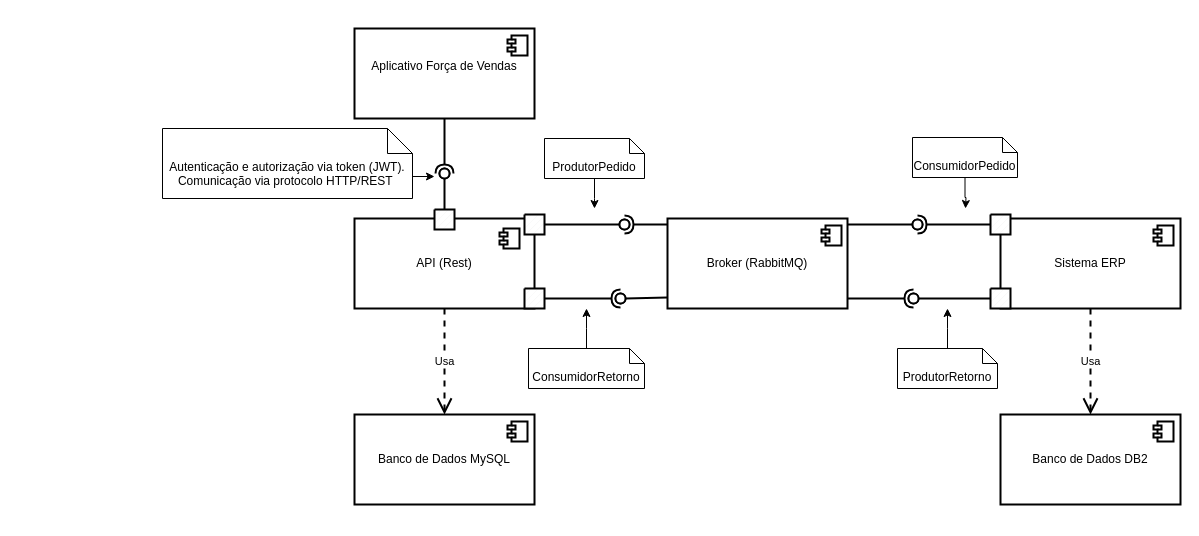
RicarlosJunior/TCC-MBA-Engenharia-Software-USP-Esalq keeps this draw.io diagram as tcc-final/artefatos/diagramas/DiagramaComponente.drawio. Above is the earlier version. Source tidied: cells renumbered, new cells numbered last; positions are measured from the earlier drawing's top-left corner, leaving out a move shared by most shapes. Both pictures are drawn from the tidied source at 100%, with x=0, y=0 at pixel (162, 28).
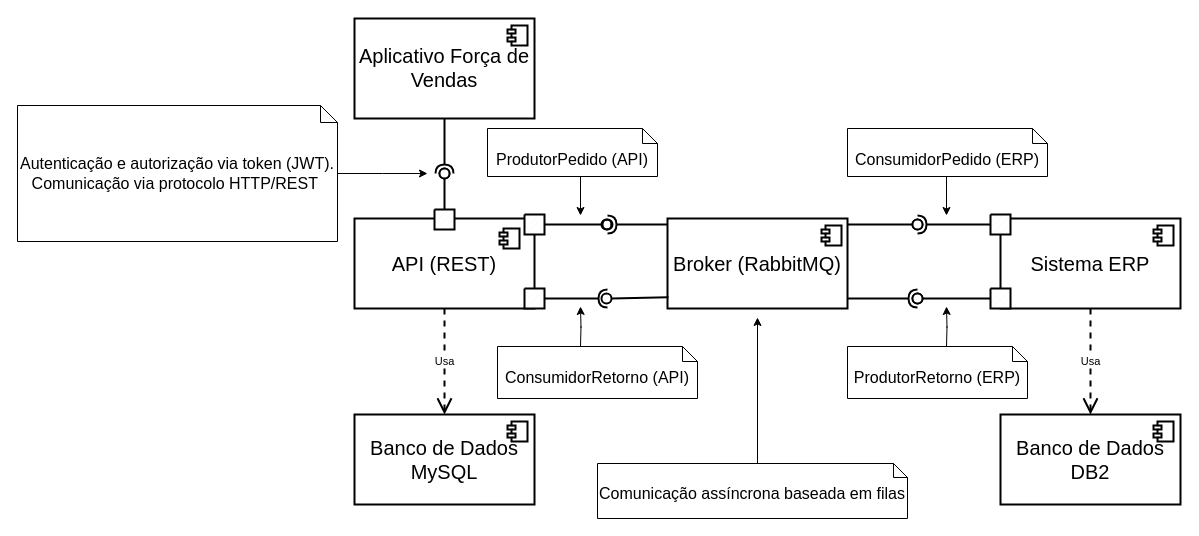
After the change.

The change refers to these unchanged cells:
```xml
<mxCell id="34" style="verticalLabelPosition=bottom;verticalAlign=top;html=1;shape=mxgraph.basic.patternFillRect;fillStyle=diag;step=5;fillStrokeWidth=0.2;fillStrokeColor=#dddddd;strokeWidth=2;fontStyle=0;" parent="1" vertex="1">
  <mxGeometry x="828" y="260" width="20" height="20" as="geometry" />
</mxCell>
<mxCell id="36" style="verticalLabelPosition=bottom;verticalAlign=top;html=1;shape=mxgraph.basic.patternFillRect;fillStyle=diag;step=5;fillStrokeWidth=0.2;fillStrokeColor=#dddddd;strokeWidth=2;fontStyle=0;" parent="1" vertex="1">
  <mxGeometry x="362" y="260" width="20" height="20" as="geometry" />
</mxCell>
<mxCell id="37" style="verticalLabelPosition=bottom;verticalAlign=top;html=1;shape=mxgraph.basic.patternFillRect;fillStyle=diag;step=5;fillStrokeWidth=0.2;fillStrokeColor=#dddddd;strokeWidth=2;fontStyle=0;" parent="1" vertex="1">
  <mxGeometry x="362" y="186" width="20" height="20" as="geometry" />
</mxCell>
```

The edit, as a diff of the source:
```diff
@@
-    <mxCell id="2" value="Aplicativo Força de Vendas&lt;div&gt;&lt;br&gt;&lt;/div&gt;" style="html=1;whiteSpace=wrap;strokeWidth=2;fontStyle=0;" parent="1" vertex="1">
-      <mxGeometry x="192" width="180" height="90" as="geometry" />
+    <mxCell id="2" value="Aplicativo Força de Vendas&lt;div&gt;&lt;br&gt;&lt;/div&gt;" style="html=1;whiteSpace=wrap;strokeWidth=2;fontStyle=0;fontSize=20;verticalAlign=bottom;" parent="1" vertex="1">
+      <mxGeometry x="192" y="-10" width="180" height="100" as="geometry" />
     </mxCell>
@@
-    <mxCell id="4" value="&lt;div&gt;API (Rest)&lt;/div&gt;" style="html=1;whiteSpace=wrap;strokeWidth=2;fontStyle=0;" parent="1" vertex="1">
+    <mxCell id="4" value="&lt;div&gt;API (REST)&lt;/div&gt;" style="html=1;whiteSpace=wrap;strokeWidth=2;fontStyle=0;fontSize=20;" parent="1" vertex="1">
       <mxGeometry x="192" y="190" width="180" height="90" as="geometry" />
     </mxCell>
@@
-    <mxCell id="9" value="&lt;div&gt;Broker (RabbitMQ)&lt;/div&gt;" style="html=1;whiteSpace=wrap;strokeWidth=2;fontStyle=0;" parent="1" vertex="1">
+    <mxCell id="9" value="&lt;div&gt;Broker (RabbitMQ)&lt;/div&gt;" style="html=1;whiteSpace=wrap;strokeWidth=2;fontStyle=0;fontSize=20;" parent="1" vertex="1">
       <mxGeometry x="505" y="190" width="180" height="90" as="geometry" />
     </mxCell>
@@
-    <mxCell id="11" style="rounded=0;jettySize=auto;html=1;endArrow=halfCircle;endFill=0;endSize=6;strokeWidth=2;sketch=0;exitX=0;exitY=0.5;exitDx=0;exitDy=0;fontStyle=0;fontColor=light-dark(#000000,#000000);" parent="1" edge="1" target="13">
+    <mxCell id="11" style="rounded=0;orthogonalLoop=1;jettySize=auto;html=1;endArrow=halfCircle;endFill=0;endSize=6;strokeWidth=2;sketch=0;exitX=0;exitY=0.5;exitDx=0;exitDy=0;fontStyle=0;fontColor=light-dark(#000000,#000000);" parent="1" edge="1">
       <mxGeometry relative="1" as="geometry">
         <mxPoint x="505" y="196" as="sourcePoint" />
+        <mxPoint x="445" y="196" as="targetPoint" />
       </mxGeometry>
     </mxCell>
-    <mxCell id="12" style="rounded=0;jettySize=auto;html=1;endArrow=oval;endFill=0;sketch=0;sourcePerimeterSpacing=0;targetPerimeterSpacing=0;endSize=10;strokeWidth=2;fontStyle=0;fontColor=light-dark(#000000,#000000);" parent="1" edge="1" target="13">
+    <mxCell id="12" style="rounded=0;orthogonalLoop=1;jettySize=auto;html=1;endArrow=oval;endFill=0;sketch=0;sourcePerimeterSpacing=0;targetPerimeterSpacing=0;endSize=10;strokeWidth=2;fontStyle=0;fontColor=light-dark(#000000,#000000);" parent="1" edge="1">
       <mxGeometry relative="1" as="geometry">
-        <mxPoint x="370" y="196" as="sourcePoint" />
+        <mxPoint x="448" y="196" as="sourcePoint" />
+        <mxPoint x="445" y="196" as="targetPoint" />
       </mxGeometry>
     </mxCell>
-    <mxCell id="13" style="ellipse;whiteSpace=wrap;html=1;align=center;perimeter=centerPerimeter;points=[];outlineConnect=1;strokeWidth=2;fontStyle=0;" parent="1" vertex="1">
-      <mxGeometry x="457" y="191" width="10" height="10" as="geometry" />
-    </mxCell>
-    <mxCell id="14" style="rounded=0;jettySize=auto;html=1;endArrow=halfCircle;endFill=0;endSize=6;strokeWidth=2;sketch=0;fontStyle=0;fontColor=light-dark(#000000,#000000);" parent="1" edge="1" source="36" target="16">
-      <mxGeometry relative="1" as="geometry" />
+    <mxCell id="14" style="rounded=0;jettySize=auto;html=1;endArrow=halfCircle;endFill=0;endSize=6;strokeWidth=2;sketch=0;fontStyle=0;fontColor=light-dark(#000000,#000000);" parent="1" edge="1" source="36">
+      <mxGeometry relative="1" as="geometry">
+        <mxPoint x="445" y="270" as="targetPoint" />
+      </mxGeometry>
     </mxCell>
-    <mxCell id="15" style="rounded=0;jettySize=auto;html=1;endArrow=oval;endFill=0;sketch=0;sourcePerimeterSpacing=0;targetPerimeterSpacing=0;endSize=10;strokeWidth=2;fontStyle=0;fontColor=light-dark(#000000,#000000);entryX=1.267;entryY=0.311;entryDx=0;entryDy=0;entryPerimeter=0;" parent="1" edge="1" target="16">
+    <mxCell id="15" style="rounded=0;jettySize=auto;html=1;endArrow=oval;endFill=0;sketch=0;sourcePerimeterSpacing=0;targetPerimeterSpacing=0;endSize=10;strokeWidth=2;fontStyle=0;fontColor=light-dark(#000000,#000000);exitX=0.006;exitY=0.874;exitDx=0;exitDy=0;exitPerimeter=0;" parent="1" edge="1" source="9">
       <mxGeometry relative="1" as="geometry">
-        <mxPoint x="505" y="269" as="sourcePoint" />
+        <mxPoint x="444" y="270" as="targetPoint" />
       </mxGeometry>
     </mxCell>
-    <mxCell id="16" style="ellipse;whiteSpace=wrap;html=1;align=center;perimeter=centerPerimeter;points=[];outlineConnect=1;strokeWidth=2;fontStyle=0;" parent="1" vertex="1">
-      <mxGeometry x="453" y="265" width="10" height="10" as="geometry" />
-    </mxCell>
-    <mxCell id="17" value="&lt;div&gt;Sistema ERP&lt;/div&gt;" style="html=1;whiteSpace=wrap;strokeWidth=2;fontStyle=0;" parent="1" vertex="1">
+    <mxCell id="17" value="&lt;div&gt;Sistema ERP&lt;/div&gt;" style="html=1;whiteSpace=wrap;strokeWidth=2;fontStyle=0;fontSize=20;" parent="1" vertex="1">
       <mxGeometry x="838" y="190" width="180" height="90" as="geometry" />
     </mxCell>
@@
-    <mxCell id="22" style="rounded=0;jettySize=auto;html=1;endArrow=halfCircle;endFill=0;endSize=6;strokeWidth=2;sketch=0;fontStyle=0;fontColor=light-dark(#000000,#000000);" parent="1" edge="1" target="24">
+    <mxCell id="22" style="rounded=0;jettySize=auto;html=1;endArrow=halfCircle;endFill=0;endSize=6;strokeWidth=2;sketch=0;fontStyle=0;fontColor=light-dark(#000000,#000000);entryX=0.35;entryY=0.533;entryDx=0;entryDy=0;entryPerimeter=0;" parent="1" edge="1" target="24">
       <mxGeometry relative="1" as="geometry">
         <mxPoint x="685" y="270" as="sourcePoint" />
       </mxGeometry>
     </mxCell>
-    <mxCell id="23" style="rounded=0;jettySize=auto;html=1;endArrow=oval;endFill=0;sketch=0;sourcePerimeterSpacing=0;targetPerimeterSpacing=0;endSize=10;strokeWidth=2;fontStyle=0;fontColor=light-dark(#000000,#000000);exitX=0;exitY=0.5;exitDx=0;exitDy=0;exitPerimeter=0;" parent="1" edge="1" source="34" target="24">
+    <mxCell id="23" style="rounded=0;jettySize=auto;html=1;endArrow=oval;endFill=0;sketch=0;sourcePerimeterSpacing=0;targetPerimeterSpacing=0;endSize=10;strokeWidth=2;fontStyle=0;fontColor=light-dark(#000000,#000000);exitX=0;exitY=0.5;exitDx=0;exitDy=0;exitPerimeter=0;entryX=0.683;entryY=0.45;entryDx=0;entryDy=0;entryPerimeter=0;" parent="1" edge="1" source="34" target="24">
       <mxGeometry relative="1" as="geometry" />
     </mxCell>
     <mxCell id="24" style="ellipse;whiteSpace=wrap;html=1;align=center;perimeter=centerPerimeter;points=[];outlineConnect=1;strokeWidth=2;fontStyle=0;" parent="1" vertex="1">
-      <mxGeometry x="746" y="265" width="10" height="10" as="geometry" />
+      <mxGeometry x="750" y="265" width="10" height="10" as="geometry" />
     </mxCell>
-    <mxCell id="25" value="&lt;div&gt;Banco de Dados MySQL&lt;/div&gt;" style="html=1;whiteSpace=wrap;strokeWidth=2;fontStyle=0;" parent="1" vertex="1">
+    <mxCell id="25" value="&lt;div&gt;Banco de Dados MySQL&lt;/div&gt;" style="html=1;whiteSpace=wrap;strokeWidth=2;fontStyle=0;fontSize=20;verticalAlign=middle;" parent="1" vertex="1">
       <mxGeometry x="192" y="386" width="180" height="90" as="geometry" />
     </mxCell>
@@
-    <mxCell id="28" value="&lt;div&gt;Banco de Dados DB2&lt;/div&gt;" style="html=1;whiteSpace=wrap;strokeWidth=2;fontStyle=0;" parent="1" vertex="1">
+    <mxCell id="28" value="&lt;div&gt;Banco de Dados DB2&lt;/div&gt;" style="html=1;whiteSpace=wrap;strokeWidth=2;fontStyle=0;fontSize=20;" parent="1" vertex="1">
       <mxGeometry x="838" y="386" width="180" height="90" as="geometry" />
     </mxCell>
@@
-    <mxCell id="38" style="edgeStyle=orthogonalEdgeStyle;rounded=0;orthogonalLoop=1;jettySize=auto;html=1;exitX=0;exitY=0;exitDx=170;exitDy=47.5;exitPerimeter=0;" parent="1" edge="1">
-      <mxGeometry relative="1" as="geometry">
-        <mxPoint x="132" y="147.5" as="sourcePoint" />
-        <mxPoint x="272" y="148" as="targetPoint" />
-      </mxGeometry>
-    </mxCell>
+    <mxCell id="49" style="edgeStyle=orthogonalEdgeStyle;rounded=0;jettySize=auto;html=1;" parent="1" edge="1" source="39">
+      <mxGeometry relative="1" as="geometry">
+        <mxPoint x="265" y="145" as="targetPoint" />
+      </mxGeometry>
+    </mxCell>
-    <mxCell id="39" value="Autenticação e autorização via token (JWT).&lt;br&gt;Comunicação via protocolo HTTP/REST&amp;nbsp;" style="shape=note2;boundedLbl=1;whiteSpace=wrap;html=1;size=25;verticalAlign=top;align=center;" parent="1" vertex="1">
-      <mxGeometry y="100" width="250" height="70" as="geometry" />
+    <mxCell id="39" value="Autenticação e autorização via token (JWT).&lt;br&gt;Comunicação via protocolo HTTP/REST&amp;nbsp;" style="shape=note2;boundedLbl=1;whiteSpace=wrap;html=1;size=17;verticalAlign=middle;align=center;fontSize=16;strokeWidth=1;" parent="1" vertex="1">
+      <mxGeometry x="-145" y="77" width="320" height="136" as="geometry" />
     </mxCell>
-    <mxCell id="40" style="edgeStyle=orthogonalEdgeStyle;rounded=0;jettySize=auto;html=1;" parent="1" edge="1" source="41">
-      <mxGeometry relative="1" as="geometry">
-        <mxPoint x="432" y="180" as="targetPoint" />
-      </mxGeometry>
-    </mxCell>
-    <mxCell id="41" value="ProdutorPedido&lt;div&gt;&lt;br&gt;&lt;/div&gt;" style="shape=note2;boundedLbl=1;whiteSpace=wrap;html=1;size=15;verticalAlign=top;align=center;" parent="1" vertex="1">
-      <mxGeometry x="382" y="110" width="100" height="40" as="geometry" />
+    <mxCell id="41" value="ProdutorPedido (API)&lt;div&gt;&lt;br&gt;&lt;/div&gt;" style="shape=note2;boundedLbl=1;whiteSpace=wrap;html=1;size=15;verticalAlign=top;align=center;fontSize=16;strokeWidth=1;" parent="1" vertex="1">
+      <mxGeometry x="325" y="100" width="170" height="48" as="geometry" />
     </mxCell>
-    <mxCell id="42" style="edgeStyle=orthogonalEdgeStyle;rounded=0;jettySize=auto;html=1;" parent="1" edge="1" source="43">
-      <mxGeometry relative="1" as="geometry">
-        <mxPoint x="424" y="280" as="targetPoint" />
-      </mxGeometry>
-    </mxCell>
-    <mxCell id="43" value="ConsumidorRetorno&lt;div&gt;&lt;br&gt;&lt;/div&gt;&lt;div&gt;&lt;br&gt;&lt;div&gt;&lt;br&gt;&lt;/div&gt;&lt;/div&gt;" style="shape=note2;boundedLbl=1;whiteSpace=wrap;html=1;size=15;verticalAlign=top;align=center;" parent="1" vertex="1">
-      <mxGeometry x="366" y="320" width="116" height="40" as="geometry" />
+    <mxCell id="43" value="ConsumidorRetorno (API)&lt;div&gt;&lt;br&gt;&lt;/div&gt;&lt;div&gt;&lt;br&gt;&lt;div&gt;&lt;br&gt;&lt;/div&gt;&lt;/div&gt;" style="shape=note2;boundedLbl=1;whiteSpace=wrap;html=1;size=15;verticalAlign=top;align=center;fontSize=16;strokeWidth=1;" parent="1" vertex="1">
+      <mxGeometry x="335" y="318" width="200" height="52" as="geometry" />
     </mxCell>
-    <mxCell id="44" style="edgeStyle=orthogonalEdgeStyle;rounded=0;jettySize=auto;html=1;" parent="1" edge="1" source="45">
-      <mxGeometry relative="1" as="geometry">
-        <mxPoint x="803" y="180" as="targetPoint" />
-      </mxGeometry>
-    </mxCell>
-    <mxCell id="45" value="ConsumidorPedido&lt;div&gt;&lt;br&gt;&lt;/div&gt;&lt;div&gt;&lt;br&gt;&lt;div&gt;&lt;br&gt;&lt;/div&gt;&lt;/div&gt;" style="shape=note2;boundedLbl=1;whiteSpace=wrap;html=1;size=15;verticalAlign=top;align=center;" parent="1" vertex="1">
-      <mxGeometry x="750" y="109" width="105" height="40" as="geometry" />
+    <mxCell id="45" value="ConsumidorPedido (ERP)&lt;div&gt;&lt;br&gt;&lt;/div&gt;&lt;div&gt;&lt;br&gt;&lt;div&gt;&lt;br&gt;&lt;/div&gt;&lt;/div&gt;" style="shape=note2;boundedLbl=1;whiteSpace=wrap;html=1;size=15;verticalAlign=top;align=center;fontSize=16;strokeWidth=1;" parent="1" vertex="1">
+      <mxGeometry x="685" y="100" width="200" height="48" as="geometry" />
     </mxCell>
-    <mxCell id="46" style="edgeStyle=orthogonalEdgeStyle;rounded=0;jettySize=auto;html=1;" parent="1" edge="1" source="47">
-      <mxGeometry relative="1" as="geometry">
-        <mxPoint x="785" y="280" as="targetPoint" />
-      </mxGeometry>
-    </mxCell>
-    <mxCell id="47" value="ProdutorRetorno&lt;div&gt;&lt;br&gt;&lt;/div&gt;" style="shape=note2;boundedLbl=1;whiteSpace=wrap;html=1;size=15;verticalAlign=top;align=center;" parent="1" vertex="1">
-      <mxGeometry x="735" y="320" width="100" height="40" as="geometry" />
+    <mxCell id="47" value="ProdutorRetorno&amp;nbsp;&lt;span style=&quot;background-color: transparent; color: light-dark(rgb(0, 0, 0), rgb(255, 255, 255));&quot;&gt;(ERP)&lt;/span&gt;" style="shape=note2;boundedLbl=1;whiteSpace=wrap;html=1;size=15;verticalAlign=top;align=center;fontSize=16;strokeWidth=1;" parent="1" vertex="1">
+      <mxGeometry x="685" y="318" width="180" height="52" as="geometry" />
     </mxCell>
@@
+    <mxCell id="50" style="edgeStyle=orthogonalEdgeStyle;rounded=0;orthogonalLoop=1;jettySize=auto;html=1;entryX=0.5;entryY=1;entryDx=0;entryDy=0;" parent="1" edge="1">
+      <mxGeometry relative="1" as="geometry">
+        <mxPoint x="595" y="439" as="sourcePoint" />
+        <mxPoint x="595" y="289" as="targetPoint" />
+      </mxGeometry>
+    </mxCell>
+    <mxCell id="51" value="Comunicação assíncrona baseada em filas" style="shape=note2;boundedLbl=1;whiteSpace=wrap;html=1;size=14;verticalAlign=top;align=center;fontSize=16;strokeWidth=1;" parent="1" vertex="1">
+      <mxGeometry x="435" y="435" width="310" height="55" as="geometry" />
+    </mxCell>
+    <mxCell id="52" style="rounded=0;jettySize=auto;html=1;endArrow=oval;endFill=0;sketch=0;sourcePerimeterSpacing=0;targetPerimeterSpacing=0;endSize=10;strokeWidth=2;fontStyle=0;fontColor=light-dark(#000000,#000000);exitX=1;exitY=0.5;exitDx=0;exitDy=0;exitPerimeter=0;" parent="1" edge="1" source="37">
+      <mxGeometry relative="1" as="geometry">
+        <mxPoint x="444" y="196" as="targetPoint" />
+      </mxGeometry>
+    </mxCell>
+    <mxCell id="53" style="edgeStyle=orthogonalEdgeStyle;rounded=0;orthogonalLoop=1;jettySize=auto;html=1;" parent="1" edge="1">
+      <mxGeometry relative="1" as="geometry">
+        <mxPoint x="418" y="318" as="sourcePoint" />
+        <mxPoint x="418" y="278" as="targetPoint" />
+      </mxGeometry>
+    </mxCell>
+    <mxCell id="54" style="edgeStyle=orthogonalEdgeStyle;rounded=0;orthogonalLoop=1;jettySize=auto;html=1;" parent="1" edge="1">
+      <mxGeometry relative="1" as="geometry">
+        <mxPoint x="785" y="148" as="sourcePoint" />
+        <mxPoint x="784" y="187" as="targetPoint" />
+      </mxGeometry>
+    </mxCell>
+    <mxCell id="55" style="edgeStyle=orthogonalEdgeStyle;rounded=0;orthogonalLoop=1;jettySize=auto;html=1;" parent="1" edge="1">
+      <mxGeometry relative="1" as="geometry">
+        <mxPoint x="419" y="148" as="sourcePoint" />
+        <mxPoint x="418" y="187" as="targetPoint" />
+      </mxGeometry>
+    </mxCell>
+    <mxCell id="56" style="edgeStyle=orthogonalEdgeStyle;rounded=0;orthogonalLoop=1;jettySize=auto;html=1;" parent="1" edge="1">
+      <mxGeometry relative="1" as="geometry">
+        <mxPoint x="784" y="318" as="sourcePoint" />
+        <mxPoint x="784" y="278" as="targetPoint" />
+      </mxGeometry>
+    </mxCell>
```
